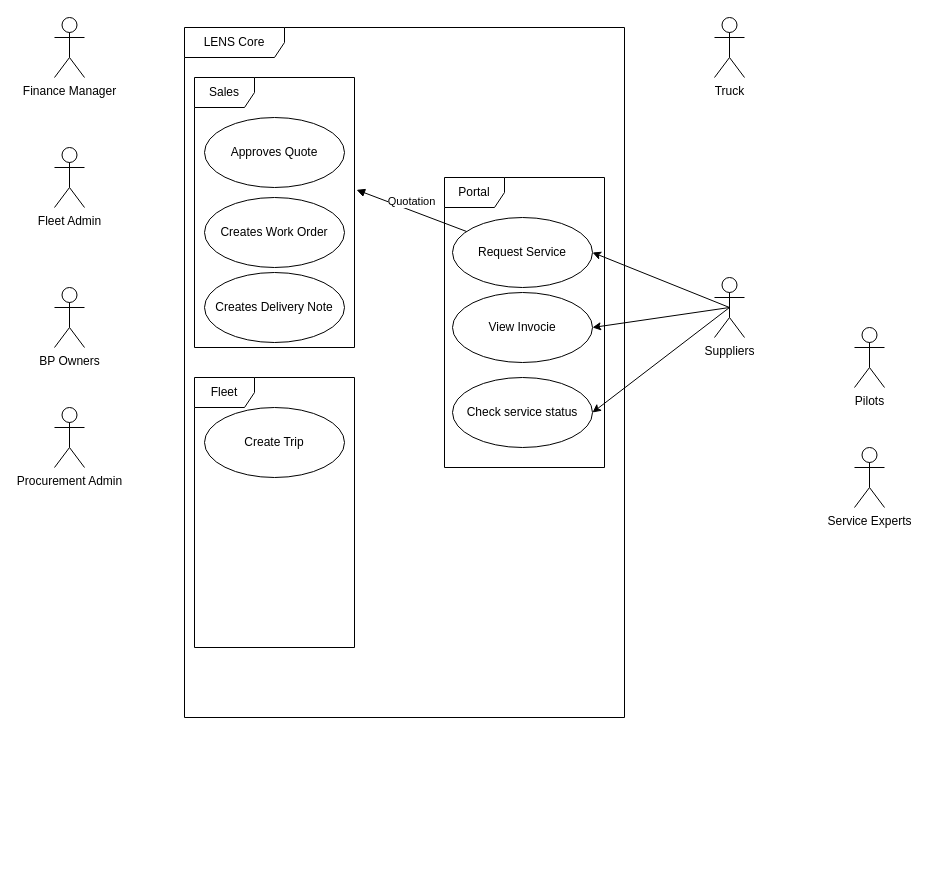
Earlier version of the draw.io diagram business-process/use-case.drawio (lmnaslimited/vjl). Source tidied: cells renumbered, new cells numbered last; positions are measured from the earlier drawing's top-left corner, leaving out a move shared by most shapes. Both pictures are drawn from the tidied source at 100%, with x=0, y=0 at pixel (54, 17).
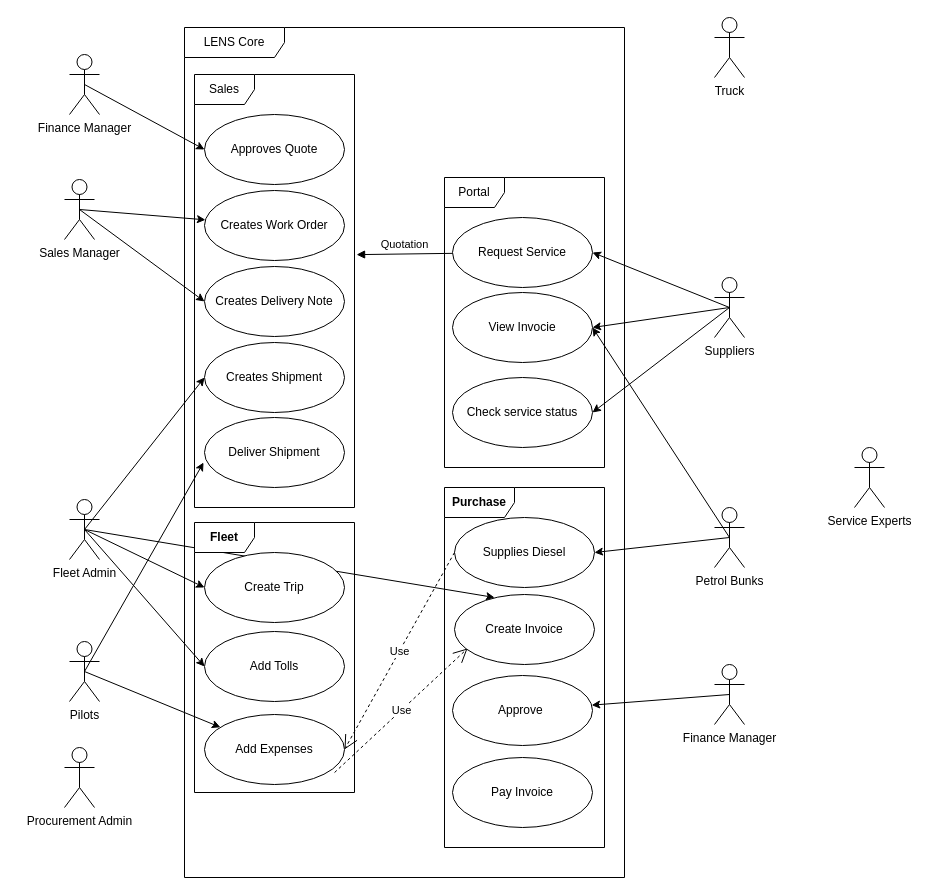
The same page after the edit.

Unchanged cells that the change refers to:
```xml
<mxCell id="16" value="View Invocie" style="ellipse;whiteSpace=wrap;html=1;" parent="1" vertex="1">
  <mxGeometry x="398" y="275" width="140" height="70" as="geometry" />
</mxCell>
```

Diff of the diagram source:
```diff
@@
     <mxCell id="2" value="LENS Core" style="shape=umlFrame;whiteSpace=wrap;html=1;width=100;height=30;" parent="1" vertex="1">
-      <mxGeometry x="130" y="10" width="440" height="690" as="geometry" />
+      <mxGeometry x="130" y="10" width="440" height="850" as="geometry" />
     </mxCell>
+    <mxCell id="25" style="edgeStyle=none;rounded=0;jettySize=auto;html=1;exitX=0.5;exitY=0.5;exitDx=0;exitDy=0;exitPerimeter=0;entryX=0;entryY=0.5;entryDx=0;entryDy=0;" parent="1" edge="1" source="3" target="19">
+      <mxGeometry relative="1" as="geometry" />
+    </mxCell>
     <mxCell id="3" value="Finance Manager" style="shape=umlActor;verticalLabelPosition=bottom;verticalAlign=top;html=1;" parent="1" vertex="1">
-      <mxGeometry width="30" height="60" as="geometry" />
+      <mxGeometry x="15" y="37" width="30" height="60" as="geometry" />
     </mxCell>
+    <mxCell id="26" style="edgeStyle=none;rounded=0;jettySize=auto;html=1;exitX=0.5;exitY=0.5;exitDx=0;exitDy=0;exitPerimeter=0;entryX=0;entryY=0.5;entryDx=0;entryDy=0;" parent="1" edge="1" source="4" target="24">
+      <mxGeometry relative="1" as="geometry" />
+    </mxCell>
+    <mxCell id="27" style="edgeStyle=none;rounded=0;jettySize=auto;html=1;exitX=0.5;exitY=0.5;exitDx=0;exitDy=0;exitPerimeter=0;entryX=0;entryY=0.5;entryDx=0;entryDy=0;" parent="1" edge="1" source="4" target="39">
+      <mxGeometry relative="1" as="geometry" />
+    </mxCell>
+    <mxCell id="28" style="edgeStyle=none;rounded=0;jettySize=auto;html=1;exitX=0.5;exitY=0.5;exitDx=0;exitDy=0;exitPerimeter=0;entryX=0;entryY=0.5;entryDx=0;entryDy=0;" parent="1" edge="1" source="4" target="35">
+      <mxGeometry relative="1" as="geometry" />
+    </mxCell>
+    <mxCell id="29" style="edgeStyle=none;rounded=0;jettySize=auto;html=1;exitX=0.5;exitY=0.5;exitDx=0;exitDy=0;exitPerimeter=0;entryX=0.286;entryY=0.043;entryDx=0;entryDy=0;entryPerimeter=0;" parent="1" edge="1" source="4" target="42">
+      <mxGeometry relative="1" as="geometry" />
+    </mxCell>
     <mxCell id="4" value="Fleet Admin" style="shape=umlActor;verticalLabelPosition=bottom;verticalAlign=top;html=1;" parent="1" vertex="1">
-      <mxGeometry y="130" width="30" height="60" as="geometry" />
+      <mxGeometry x="15" y="482" width="30" height="60" as="geometry" />
     </mxCell>
+    <mxCell id="30" style="edgeStyle=none;rounded=0;jettySize=auto;html=1;exitX=0.5;exitY=0.5;exitDx=0;exitDy=0;exitPerimeter=0;entryX=1;entryY=0.5;entryDx=0;entryDy=0;" parent="1" edge="1" source="5" target="16">
+      <mxGeometry relative="1" as="geometry" />
+    </mxCell>
+    <mxCell id="31" style="edgeStyle=none;rounded=0;jettySize=auto;html=1;exitX=0.5;exitY=0.5;exitDx=0;exitDy=0;exitPerimeter=0;entryX=1;entryY=0.5;entryDx=0;entryDy=0;" parent="1" edge="1" source="5" target="41">
+      <mxGeometry relative="1" as="geometry" />
+    </mxCell>
-    <mxCell id="5" value="BP Owners" style="shape=umlActor;verticalLabelPosition=bottom;verticalAlign=top;html=1;" parent="1" vertex="1">
-      <mxGeometry y="270" width="30" height="60" as="geometry" />
+    <mxCell id="5" value="Petrol Bunks" style="shape=umlActor;verticalLabelPosition=bottom;verticalAlign=top;html=1;" parent="1" vertex="1">
+      <mxGeometry x="660" y="490" width="30" height="60" as="geometry" />
     </mxCell>
@@
+    <mxCell id="32" style="edgeStyle=none;rounded=0;jettySize=auto;html=1;exitX=0.5;exitY=0.5;exitDx=0;exitDy=0;exitPerimeter=0;" parent="1" edge="1" source="11" target="34">
+      <mxGeometry relative="1" as="geometry" />
+    </mxCell>
+    <mxCell id="33" style="edgeStyle=none;rounded=0;jettySize=auto;html=1;exitX=0.5;exitY=0.5;exitDx=0;exitDy=0;exitPerimeter=0;entryX=-0.007;entryY=0.643;entryDx=0;entryDy=0;entryPerimeter=0;" parent="1" edge="1" source="11" target="49">
+      <mxGeometry relative="1" as="geometry" />
+    </mxCell>
     <mxCell id="11" value="Pilots" style="shape=umlActor;verticalLabelPosition=bottom;verticalAlign=top;html=1;" parent="1" vertex="1">
-      <mxGeometry x="800" y="310" width="30" height="60" as="geometry" />
+      <mxGeometry x="15" y="624" width="30" height="60" as="geometry" />
     </mxCell>
     <mxCell id="12" value="Procurement Admin" style="shape=umlActor;verticalLabelPosition=bottom;verticalAlign=top;html=1;" parent="1" vertex="1">
-      <mxGeometry y="390" width="30" height="60" as="geometry" />
+      <mxGeometry x="10" y="730" width="30" height="60" as="geometry" />
     </mxCell>
@@
     <mxCell id="18" value="Sales" style="shape=umlFrame;whiteSpace=wrap;html=1;" parent="1" vertex="1">
-      <mxGeometry x="140" y="60" width="160" height="270" as="geometry" />
+      <mxGeometry x="140" y="57" width="160" height="433" as="geometry" />
     </mxCell>
     <mxCell id="19" value="Approves Quote" style="ellipse;whiteSpace=wrap;html=1;" parent="1" vertex="1">
-      <mxGeometry x="150" y="100" width="140" height="70" as="geometry" />
+      <mxGeometry x="150" y="97" width="140" height="70" as="geometry" />
     </mxCell>
@@
     <mxCell id="21" value="Creates Work Order" style="ellipse;whiteSpace=wrap;html=1;" parent="1" vertex="1">
-      <mxGeometry x="150" y="180" width="140" height="70" as="geometry" />
+      <mxGeometry x="150" y="173" width="140" height="70" as="geometry" />
     </mxCell>
     <mxCell id="22" value="Creates Delivery Note" style="ellipse;whiteSpace=wrap;html=1;" parent="1" vertex="1">
-      <mxGeometry x="150" y="255" width="140" height="70" as="geometry" />
+      <mxGeometry x="150" y="249" width="140" height="70" as="geometry" />
     </mxCell>
-    <mxCell id="23" value="Fleet" style="shape=umlFrame;whiteSpace=wrap;html=1;" parent="1" vertex="1">
-      <mxGeometry x="140" y="360" width="160" height="270" as="geometry" />
+    <mxCell id="23" value="Fleet" style="shape=umlFrame;whiteSpace=wrap;html=1;fontStyle=1;" parent="1" vertex="1">
+      <mxGeometry x="140" y="505" width="160" height="270" as="geometry" />
     </mxCell>
     <mxCell id="24" value="Create Trip" style="ellipse;whiteSpace=wrap;html=1;" parent="1" vertex="1">
-      <mxGeometry x="150" y="390" width="140" height="70" as="geometry" />
+      <mxGeometry x="150" y="535" width="140" height="70" as="geometry" />
     </mxCell>
+    <mxCell id="34" value="Add Expenses" style="ellipse;whiteSpace=wrap;html=1;" parent="1" vertex="1">
+      <mxGeometry x="150" y="697" width="140" height="70" as="geometry" />
+    </mxCell>
+    <mxCell id="35" value="Add Tolls" style="ellipse;whiteSpace=wrap;html=1;" parent="1" vertex="1">
+      <mxGeometry x="150" y="614" width="140" height="70" as="geometry" />
+    </mxCell>
+    <mxCell id="36" style="edgeStyle=none;rounded=0;jettySize=auto;html=1;exitX=0.5;exitY=0.5;exitDx=0;exitDy=0;exitPerimeter=0;" parent="1" edge="1" source="38" target="21">
+      <mxGeometry relative="1" as="geometry" />
+    </mxCell>
+    <mxCell id="37" style="edgeStyle=none;rounded=0;jettySize=auto;html=1;exitX=0.5;exitY=0.5;exitDx=0;exitDy=0;exitPerimeter=0;entryX=0;entryY=0.5;entryDx=0;entryDy=0;" parent="1" edge="1" source="38" target="22">
+      <mxGeometry relative="1" as="geometry" />
+    </mxCell>
+    <mxCell id="38" value="Sales Manager" style="shape=umlActor;verticalLabelPosition=bottom;verticalAlign=top;html=1;" parent="1" vertex="1">
+      <mxGeometry x="10" y="162" width="30" height="60" as="geometry" />
+    </mxCell>
+    <mxCell id="39" value="Creates Shipment" style="ellipse;whiteSpace=wrap;html=1;" parent="1" vertex="1">
+      <mxGeometry x="150" y="325" width="140" height="70" as="geometry" />
+    </mxCell>
+    <mxCell id="40" value="Purchase" style="shape=umlFrame;whiteSpace=wrap;html=1;fontStyle=1;width=70;height=30;" parent="1" vertex="1">
+      <mxGeometry x="390" y="470" width="160" height="360" as="geometry" />
+    </mxCell>
+    <mxCell id="41" value="Supplies Diesel" style="ellipse;whiteSpace=wrap;html=1;" parent="1" vertex="1">
+      <mxGeometry x="400" y="500" width="140" height="70" as="geometry" />
+    </mxCell>
+    <mxCell id="42" value="Create Invoice" style="ellipse;whiteSpace=wrap;html=1;" parent="1" vertex="1">
+      <mxGeometry x="400" y="577" width="140" height="70" as="geometry" />
+    </mxCell>
+    <mxCell id="43" value="Approve&amp;nbsp;" style="ellipse;whiteSpace=wrap;html=1;" parent="1" vertex="1">
+      <mxGeometry x="398" y="658" width="140" height="70" as="geometry" />
+    </mxCell>
+    <mxCell id="44" value="Use" style="endArrow=open;endSize=12;dashed=1;html=1;rounded=0;entryX=1;entryY=0.5;entryDx=0;entryDy=0;exitX=0;exitY=0.5;exitDx=0;exitDy=0;" parent="1" edge="1" source="41" target="34">
+      <mxGeometry relative="1" as="geometry" />
+    </mxCell>
+    <mxCell id="45" style="edgeStyle=none;rounded=0;jettySize=auto;html=1;exitX=0.5;exitY=0.5;exitDx=0;exitDy=0;exitPerimeter=0;" parent="1" edge="1" source="46" target="43">
+      <mxGeometry relative="1" as="geometry" />
+    </mxCell>
+    <mxCell id="46" value="Finance Manager" style="shape=umlActor;verticalLabelPosition=bottom;verticalAlign=top;html=1;" parent="1" vertex="1">
+      <mxGeometry x="660" y="647" width="30" height="60" as="geometry" />
+    </mxCell>
+    <mxCell id="47" value="Use" style="endArrow=open;endSize=12;dashed=1;html=1;rounded=0;entryX=0.093;entryY=0.771;entryDx=0;entryDy=0;exitX=0.929;exitY=0.829;exitDx=0;exitDy=0;exitPerimeter=0;entryPerimeter=0;" parent="1" edge="1" source="34" target="42">
+      <mxGeometry relative="1" as="geometry" />
+    </mxCell>
+    <mxCell id="48" value="Pay Invoice" style="ellipse;whiteSpace=wrap;html=1;" parent="1" vertex="1">
+      <mxGeometry x="398" y="740" width="140" height="70" as="geometry" />
+    </mxCell>
+    <mxCell id="49" value="Deliver Shipment" style="ellipse;whiteSpace=wrap;html=1;" parent="1" vertex="1">
+      <mxGeometry x="150" y="400" width="140" height="70" as="geometry" />
+    </mxCell>
```
